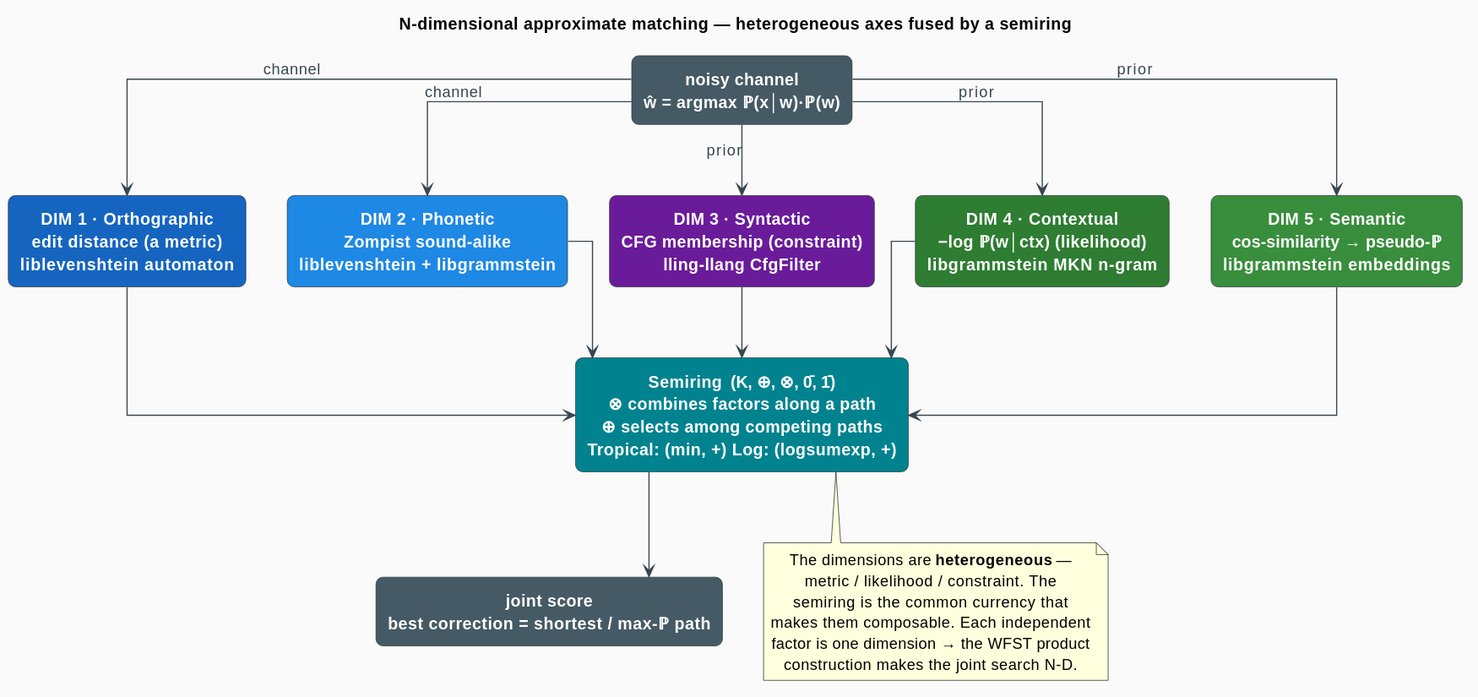
This is docs/diagrams/correction-dimensions.svg from vinary-tree/libgrammstein, a PlantUML export, as it was before one commit.
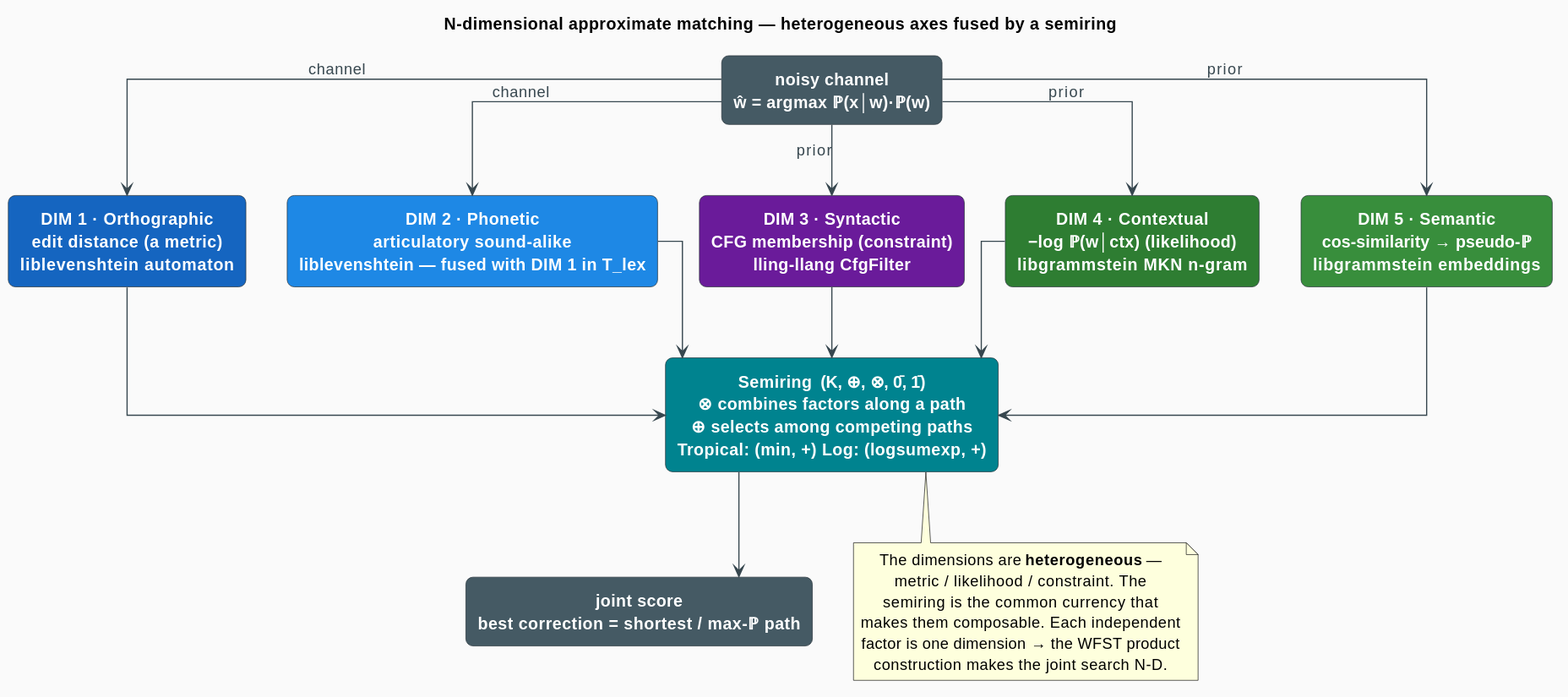
Later version of the same file.

Change to the diagram source:
```diff
@@ -16,7 +16,7 @@
 rectangle "**noisy channel**\nŵ = argmax ℙ(x│w)·ℙ(w)" as nc #455A64
 
 rectangle "**DIM 1 · Orthographic**\nedit distance (a metric)\nliblevenshtein automaton" as d1 #1565C0
-rectangle "**DIM 2 · Phonetic**\nZompist sound-alike\nliblevenshtein + libgrammstein" as d2 #1E88E5
+rectangle "**DIM 2 · Phonetic**\narticulatory sound-alike\nliblevenshtein — fused with DIM 1 in T_lex" as d2 #1E88E5
 rectangle "**DIM 3 · Syntactic**\nCFG membership (constraint)\nlling-llang CfgFilter" as d3 #6A1B9A
 rectangle "**DIM 4 · Contextual**\n−log ℙ(w│ctx) (likelihood)\nlibgrammstein MKN n-gram" as d4 #2E7D32
 rectangle "**DIM 5 · Semantic**\ncos-similarity → pseudo-ℙ\nlibgrammstein embeddings" as d5 #388E3C
```
